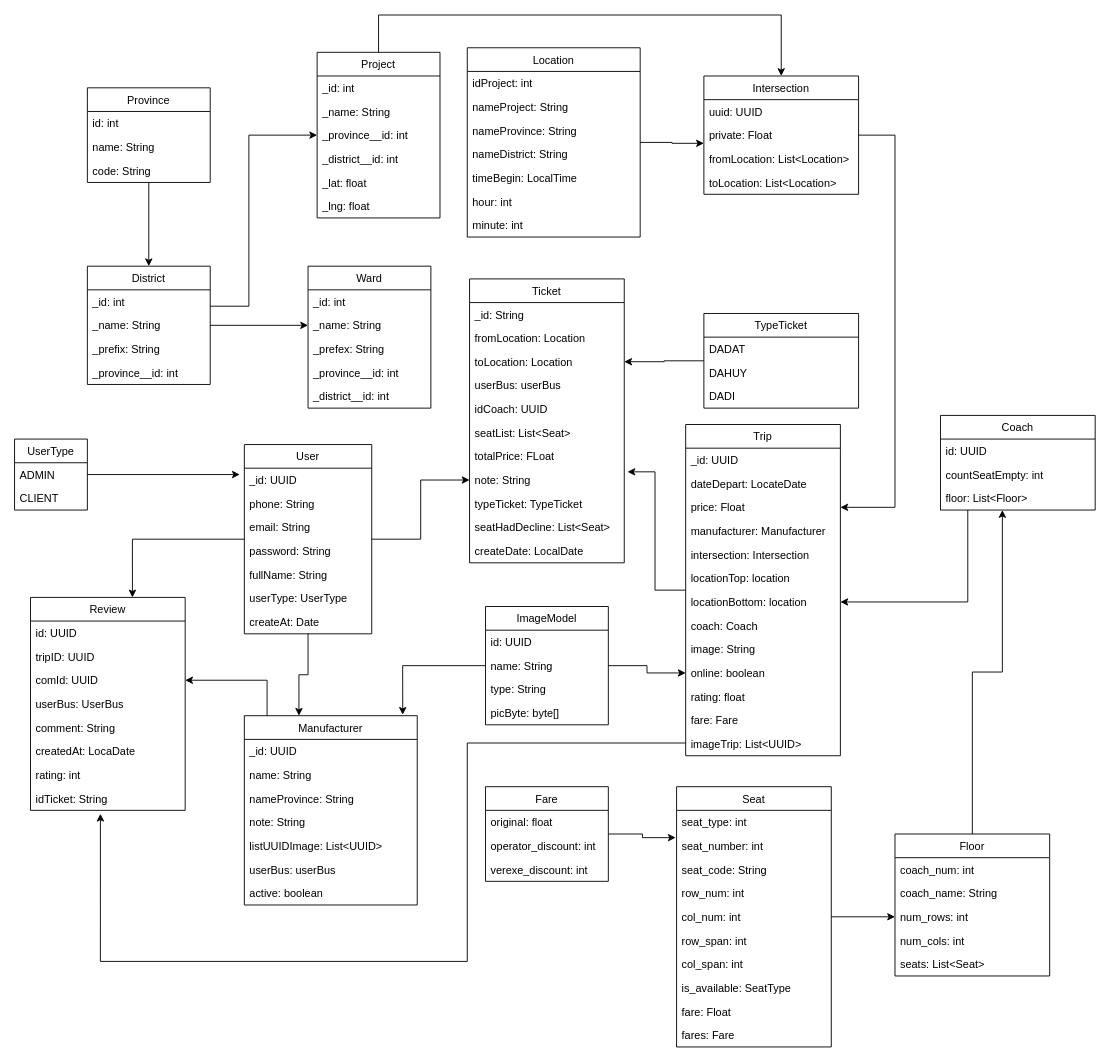
quannguyen1999/manage-disks keeps this draw.io diagram as Untitled Diagram.drawio. Above is the earlier version. Source tidied: cells renumbered, new cells numbered last; positions are measured from the earlier drawing's top-left corner, leaving out a move shared by most shapes. Both pictures are drawn from the tidied source at 91%, with x=0, y=0 at pixel (14, 15).
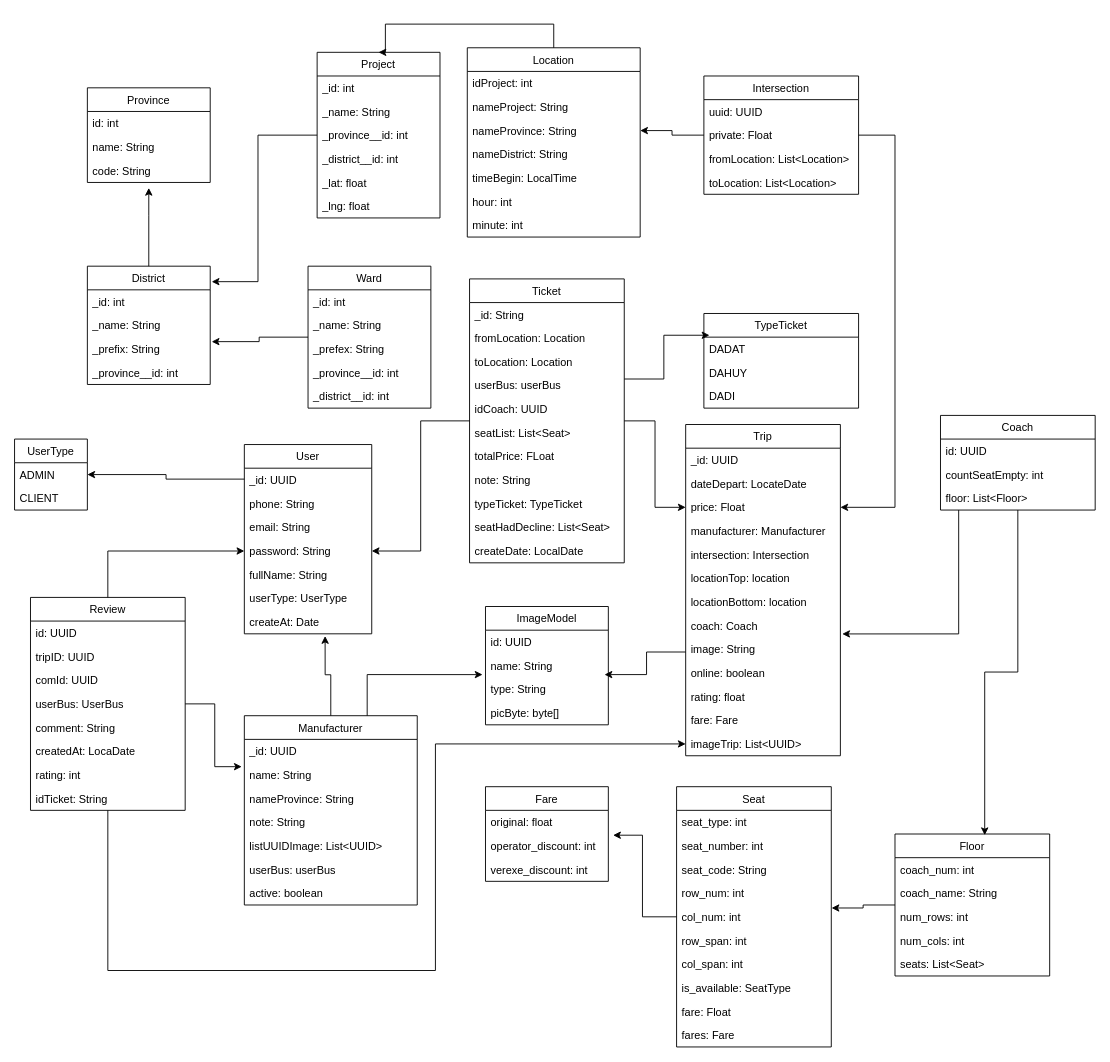
The same diagram, later.

The change refers to these unchanged cells:
```xml
<mxCell id="3" value="UserType" style="swimlane;fontStyle=0;horizontal=1;startSize=26;fillColor=none;" parent="1" vertex="1">
<mxCell id="4" value="ADMIN" style="text;strokeColor=none;fillColor=none;align=left;verticalAlign=top;spacingLeft=4;spacingRight=4;overflow=hidden;points=[[0,0.5],[1,0.5]];portConstraint=eastwest;" parent="3" vertex="1">
<mxCell id="9" value="User" style="swimlane;fontStyle=0;horizontal=1;startSize=26;fillColor=none;" parent="1" vertex="1">
<mxCell id="10" value="_id: UUID" style="text;strokeColor=none;fillColor=none;align=left;verticalAlign=top;spacingLeft=4;spacingRight=4;overflow=hidden;points=[[0,0.5],[1,0.5]];portConstraint=eastwest;" parent="9" vertex="1">
<mxCell id="13" value="password: String" style="text;strokeColor=none;fillColor=none;align=left;verticalAlign=top;spacingLeft=4;spacingRight=4;overflow=hidden;points=[[0,0.5],[1,0.5]];portConstraint=eastwest;" parent="9" vertex="1">
<mxCell id="16" value="createAt: Date" style="text;strokeColor=none;fillColor=none;align=left;verticalAlign=top;spacingLeft=4;spacingRight=4;overflow=hidden;points=[[0,0.5],[1,0.5]];portConstraint=eastwest;" parent="9" vertex="1">
<mxCell id="17" value="Ward" style="swimlane;fontStyle=0;horizontal=1;startSize=26;fillColor=none;" parent="1" vertex="1">
<mxCell id="19" value="_name: String" style="text;strokeColor=none;fillColor=none;align=left;verticalAlign=top;spacingLeft=4;spacingRight=4;overflow=hidden;points=[[0,0.5],[1,0.5]];portConstraint=eastwest;" parent="17" vertex="1">
<mxCell id="25" value="District" style="swimlane;fontStyle=0;horizontal=1;startSize=26;fillColor=none;" parent="1" vertex="1">
<mxCell id="28" value="_prefix: String" style="text;strokeColor=none;fillColor=none;align=left;verticalAlign=top;spacingLeft=4;spacingRight=4;overflow=hidden;points=[[0,0.5],[1,0.5]];portConstraint=eastwest;" parent="25" vertex="1">
<mxCell id="31" value="Province" style="swimlane;fontStyle=0;horizontal=1;startSize=26;fillColor=none;" parent="1" vertex="1">
<mxCell id="34" value="code: String" style="text;strokeColor=none;fillColor=none;align=left;verticalAlign=top;spacingLeft=4;spacingRight=4;overflow=hidden;points=[[0,0.5],[1,0.5]];portConstraint=eastwest;" parent="31" vertex="1">
<mxCell id="36" value="Project" style="swimlane;fontStyle=0;horizontal=1;startSize=26;fillColor=none;" parent="1" vertex="1">
<mxCell id="39" value="_province__id: int" style="text;strokeColor=none;fillColor=none;align=left;verticalAlign=top;spacingLeft=4;spacingRight=4;overflow=hidden;points=[[0,0.5],[1,0.5]];portConstraint=eastwest;" parent="36" vertex="1">
<mxCell id="45" value="ImageModel" style="swimlane;fontStyle=0;horizontal=1;startSize=26;fillColor=none;" parent="1" vertex="1">
<mxCell id="48" value="type: String" style="text;strokeColor=none;fillColor=none;align=left;verticalAlign=top;spacingLeft=4;spacingRight=4;overflow=hidden;points=[[0,0.5],[1,0.5]];portConstraint=eastwest;" parent="45" vertex="1">
<mxCell id="51" value="Manufacturer" style="swimlane;fontStyle=0;horizontal=1;startSize=26;fillColor=none;" parent="1" vertex="1">
<mxCell id="53" value="name: String" style="text;strokeColor=none;fillColor=none;align=left;verticalAlign=top;spacingLeft=4;spacingRight=4;overflow=hidden;points=[[0,0.5],[1,0.5]];portConstraint=eastwest;" parent="51" vertex="1">
<mxCell id="60" value="Location" style="swimlane;fontStyle=0;horizontal=1;startSize=26;fillColor=none;" parent="1" vertex="1">
<mxCell id="63" value="nameProvince: String" style="text;strokeColor=none;fillColor=none;align=left;verticalAlign=top;spacingLeft=4;spacingRight=4;overflow=hidden;points=[[0,0.5],[1,0.5]];portConstraint=eastwest;" parent="60" vertex="1">
<mxCell id="69" value="Intersection" style="swimlane;fontStyle=0;horizontal=1;startSize=26;fillColor=none;" parent="1" vertex="1">
<mxCell id="72" value="fromLocation: List&lt;Location&gt;" style="text;strokeColor=none;fillColor=none;align=left;verticalAlign=top;spacingLeft=4;spacingRight=4;overflow=hidden;points=[[0,0.5],[1,0.5]];portConstraint=eastwest;" parent="69" vertex="1">
<mxCell id="75" value="Seat" style="swimlane;fontStyle=0;horizontal=1;startSize=26;fillColor=none;" parent="1" vertex="1">
<mxCell id="77" value="seat_number: int" style="text;strokeColor=none;fillColor=none;align=left;verticalAlign=top;spacingLeft=4;spacingRight=4;overflow=hidden;points=[[0,0.5],[1,0.5]];portConstraint=eastwest;" parent="75" vertex="1">
<mxCell id="80" value="col_num: int" style="text;strokeColor=none;fillColor=none;align=left;verticalAlign=top;spacingLeft=4;spacingRight=4;overflow=hidden;points=[[0,0.5],[1,0.5]];portConstraint=eastwest;" parent="75" vertex="1">
<mxCell id="87" value="Floor" style="swimlane;fontStyle=0;horizontal=1;startSize=26;fillColor=none;" parent="1" vertex="1">
<mxCell id="90" value="num_rows: int" style="text;strokeColor=none;fillColor=none;align=left;verticalAlign=top;spacingLeft=4;spacingRight=4;overflow=hidden;points=[[0,0.5],[1,0.5]];portConstraint=eastwest;" parent="87" vertex="1">
<mxCell id="95" value="Trip" style="swimlane;fontStyle=0;horizontal=1;startSize=26;fillColor=none;" parent="1" vertex="1">
<mxCell id="98" value="price: Float" style="text;strokeColor=none;fillColor=none;align=left;verticalAlign=top;spacingLeft=4;spacingRight=4;overflow=hidden;points=[[0,0.5],[1,0.5]];portConstraint=eastwest;" parent="95" vertex="1">
<mxCell id="102" value="locationBottom: location" style="text;strokeColor=none;fillColor=none;align=left;verticalAlign=top;spacingLeft=4;spacingRight=4;overflow=hidden;points=[[0,0.5],[1,0.5]];portConstraint=eastwest;" parent="95" vertex="1">
<mxCell id="104" value="image: String" style="text;strokeColor=none;fillColor=none;align=left;verticalAlign=top;spacingLeft=4;spacingRight=4;overflow=hidden;points=[[0,0.5],[1,0.5]];portConstraint=eastwest;" parent="95" vertex="1">
<mxCell id="105" value="online: boolean" style="text;strokeColor=none;fillColor=none;align=left;verticalAlign=top;spacingLeft=4;spacingRight=4;overflow=hidden;points=[[0,0.5],[1,0.5]];portConstraint=eastwest;" parent="95" vertex="1">
<mxCell id="108" value="imageTrip: List&lt;UUID&gt;" style="text;strokeColor=none;fillColor=none;align=left;verticalAlign=top;spacingLeft=4;spacingRight=4;overflow=hidden;points=[[0,0.5],[1,0.5]];portConstraint=eastwest;" parent="95" vertex="1">
<mxCell id="110" value="Coach" style="swimlane;fontStyle=0;horizontal=1;startSize=26;fillColor=none;" parent="1" vertex="1">
<mxCell id="113" value="floor: List&lt;Floor&gt;" style="text;strokeColor=none;fillColor=none;align=left;verticalAlign=top;spacingLeft=4;spacingRight=4;overflow=hidden;points=[[0,0.5],[1,0.5]];portConstraint=eastwest;" parent="110" vertex="1">
<mxCell id="115" value="TypeTicket" style="swimlane;fontStyle=0;horizontal=1;startSize=26;fillColor=none;" parent="1" vertex="1">
<mxCell id="116" value="DADAT" style="text;strokeColor=none;fillColor=none;align=left;verticalAlign=top;spacingLeft=4;spacingRight=4;overflow=hidden;points=[[0,0.5],[1,0.5]];portConstraint=eastwest;" parent="115" vertex="1">
<mxCell id="119" value="Ticket" style="swimlane;fontStyle=0;horizontal=1;startSize=26;fillColor=none;" parent="1" vertex="1">
<mxCell id="122" value="toLocation: Location" style="text;strokeColor=none;fillColor=none;align=left;verticalAlign=top;spacingLeft=4;spacingRight=4;overflow=hidden;points=[[0,0.5],[1,0.5]];portConstraint=eastwest;" parent="119" vertex="1">
<mxCell id="127" value="note: String" style="text;strokeColor=none;fillColor=none;align=left;verticalAlign=top;spacingLeft=4;spacingRight=4;overflow=hidden;points=[[0,0.5],[1,0.5]];portConstraint=eastwest;" parent="119" vertex="1">
<mxCell id="131" value="Review" style="swimlane;fontStyle=0;horizontal=1;startSize=26;fillColor=none;" parent="1" vertex="1">
<mxCell id="134" value="comId: UUID" style="text;strokeColor=none;fillColor=none;align=left;verticalAlign=top;spacingLeft=4;spacingRight=4;overflow=hidden;points=[[0,0.5],[1,0.5]];portConstraint=eastwest;" parent="131" vertex="1">
<mxCell id="139" value="idTicket: String" style="text;strokeColor=none;fillColor=none;align=left;verticalAlign=top;spacingLeft=4;spacingRight=4;overflow=hidden;points=[[0,0.5],[1,0.5]];portConstraint=eastwest;" parent="131" vertex="1">
<mxCell id="141" value="Fare" style="swimlane;fontStyle=0;horizontal=1;startSize=26;fillColor=none;" parent="1" vertex="1">
<mxCell id="143" value="operator_discount: int" style="text;strokeColor=none;fillColor=none;align=left;verticalAlign=top;spacingLeft=4;spacingRight=4;overflow=hidden;points=[[0,0.5],[1,0.5]];portConstraint=eastwest;" parent="141" vertex="1">
```

The edit, as a diff of the source:
```diff
@@
-    <mxCell id="2" style="edgeStyle=orthogonalEdgeStyle;rounded=0;jettySize=auto;html=1;entryX=-0.036;entryY=0.269;entryDx=0;entryDy=0;entryPerimeter=0;" parent="1" edge="1" source="3" target="10">
-      <mxGeometry relative="1" as="geometry" />
-    </mxCell>
@@
-    <mxCell id="6" style="edgeStyle=orthogonalEdgeStyle;rounded=0;jettySize=auto;html=1;entryX=0.316;entryY=0;entryDx=0;entryDy=0;entryPerimeter=0;" parent="1" edge="1" source="9" target="51">
-      <mxGeometry relative="1" as="geometry" />
-    </mxCell>
-    <mxCell id="7" style="edgeStyle=orthogonalEdgeStyle;rounded=0;jettySize=auto;html=1;entryX=0;entryY=0.5;entryDx=0;entryDy=0;" parent="1" edge="1" source="9" target="127">
-      <mxGeometry relative="1" as="geometry" />
-    </mxCell>
-    <mxCell id="8" style="edgeStyle=orthogonalEdgeStyle;rounded=0;jettySize=auto;html=1;entryX=0.659;entryY=0;entryDx=0;entryDy=0;entryPerimeter=0;" parent="1" edge="1" source="9" target="131">
-      <mxGeometry relative="1" as="geometry" />
-    </mxCell>
+    <mxCell id="145" style="edgeStyle=orthogonalEdgeStyle;rounded=0;jettySize=auto;html=1;entryX=1;entryY=0.5;entryDx=0;entryDy=0;" parent="1" edge="1" source="9" target="4">
+      <mxGeometry relative="1" as="geometry">
+        <Array as="points">
+          <mxPoint x="167" y="510" />
+          <mxPoint x="167" y="505" />
+        </Array>
+      </mxGeometry>
+    </mxCell>
@@
+    <mxCell id="146" style="edgeStyle=orthogonalEdgeStyle;rounded=0;jettySize=auto;html=1;entryX=1.012;entryY=0.19;entryDx=0;entryDy=0;entryPerimeter=0;" parent="1" edge="1" source="17" target="28">
+      <mxGeometry relative="1" as="geometry" />
+    </mxCell>
@@
-    <mxCell id="23" style="edgeStyle=orthogonalEdgeStyle;rounded=0;jettySize=auto;html=1;entryX=0;entryY=0.5;entryDx=0;entryDy=0;" parent="1" edge="1" source="25" target="19">
-      <mxGeometry relative="1" as="geometry" />
-    </mxCell>
-    <mxCell id="24" style="edgeStyle=orthogonalEdgeStyle;rounded=0;jettySize=auto;html=1;entryX=0;entryY=0.5;entryDx=0;entryDy=0;" parent="1" edge="1" source="25" target="39">
-      <mxGeometry relative="1" as="geometry">
-        <Array as="points">
-          <mxPoint x="258" y="320" />
-          <mxPoint x="258" y="132" />
-        </Array>
-      </mxGeometry>
-    </mxCell>
+    <mxCell id="147" style="edgeStyle=orthogonalEdgeStyle;rounded=0;jettySize=auto;html=1;entryX=0.5;entryY=1.231;entryDx=0;entryDy=0;entryPerimeter=0;" parent="1" edge="1" source="25" target="34">
+      <mxGeometry relative="1" as="geometry">
+        <Array as="points">
+          <mxPoint x="148" y="220" />
+          <mxPoint x="148" y="220" />
+        </Array>
+      </mxGeometry>
+    </mxCell>
@@
-    <mxCell id="30" style="edgeStyle=orthogonalEdgeStyle;rounded=0;jettySize=auto;html=1;entryX=0.5;entryY=0;entryDx=0;entryDy=0;" parent="1" edge="1" source="31" target="25">
-      <mxGeometry relative="1" as="geometry" />
-    </mxCell>
@@
-    <mxCell id="35" style="edgeStyle=orthogonalEdgeStyle;rounded=0;jettySize=auto;html=1;entryX=0.5;entryY=0;entryDx=0;entryDy=0;" parent="1" edge="1" source="36" target="69">
-      <mxGeometry relative="1" as="geometry">
-        <Array as="points">
-          <mxPoint x="401" />
-          <mxPoint x="843" />
-        </Array>
-      </mxGeometry>
-    </mxCell>
+    <mxCell id="148" style="edgeStyle=orthogonalEdgeStyle;rounded=0;jettySize=auto;html=1;entryX=1.012;entryY=0.131;entryDx=0;entryDy=0;entryPerimeter=0;" parent="1" edge="1" source="36" target="25">
+      <mxGeometry relative="1" as="geometry">
+        <Array as="points">
+          <mxPoint x="268" y="132" />
+          <mxPoint x="268" y="293" />
+        </Array>
+      </mxGeometry>
+    </mxCell>
@@
-    <mxCell id="43" style="edgeStyle=orthogonalEdgeStyle;rounded=0;jettySize=auto;html=1;entryX=0.916;entryY=-0.005;entryDx=0;entryDy=0;entryPerimeter=0;" parent="1" edge="1" source="45" target="51">
-      <mxGeometry relative="1" as="geometry" />
-    </mxCell>
-    <mxCell id="44" style="edgeStyle=orthogonalEdgeStyle;rounded=0;jettySize=auto;html=1;entryX=0;entryY=0.5;entryDx=0;entryDy=0;" parent="1" edge="1" source="45" target="105">
-      <mxGeometry relative="1" as="geometry" />
-    </mxCell>
@@
-    <mxCell id="50" style="edgeStyle=orthogonalEdgeStyle;rounded=0;jettySize=auto;html=1;entryX=1;entryY=0.5;entryDx=0;entryDy=0;" parent="1" edge="1" source="51" target="134">
-      <mxGeometry relative="1" as="geometry">
-        <Array as="points">
-          <mxPoint x="278" y="731" />
-        </Array>
-      </mxGeometry>
-    </mxCell>
+    <mxCell id="149" style="edgeStyle=orthogonalEdgeStyle;rounded=0;jettySize=auto;html=1;entryX=0.634;entryY=1.095;entryDx=0;entryDy=0;entryPerimeter=0;" parent="1" edge="1" source="51" target="16">
+      <mxGeometry relative="1" as="geometry">
+        <Array as="points">
+          <mxPoint x="348" y="725" />
+          <mxPoint x="342" y="725" />
+        </Array>
+      </mxGeometry>
+    </mxCell>
+    <mxCell id="150" style="edgeStyle=orthogonalEdgeStyle;rounded=0;jettySize=auto;html=1;entryX=-0.024;entryY=-0.122;entryDx=0;entryDy=0;entryPerimeter=0;" parent="1" edge="1" source="51" target="48">
+      <mxGeometry relative="1" as="geometry">
+        <Array as="points">
+          <mxPoint x="388" y="725" />
+        </Array>
+      </mxGeometry>
+    </mxCell>
@@
-    <mxCell id="59" style="edgeStyle=orthogonalEdgeStyle;rounded=0;jettySize=auto;html=1;entryX=0;entryY=-0.154;entryDx=0;entryDy=0;entryPerimeter=0;" parent="1" edge="1" source="60" target="72">
-      <mxGeometry relative="1" as="geometry" />
-    </mxCell>
+    <mxCell id="151" style="edgeStyle=orthogonalEdgeStyle;rounded=0;jettySize=auto;html=1;entryX=0.5;entryY=0;entryDx=0;entryDy=0;" parent="1" edge="1" source="60" target="36">
+      <mxGeometry relative="1" as="geometry">
+        <Array as="points">
+          <mxPoint x="593" y="10" />
+          <mxPoint x="408" y="10" />
+          <mxPoint x="408" y="41" />
+        </Array>
+      </mxGeometry>
+    </mxCell>
@@
+    <mxCell id="152" style="edgeStyle=orthogonalEdgeStyle;rounded=0;jettySize=auto;html=1;entryX=1;entryY=0.5;entryDx=0;entryDy=0;" parent="1" edge="1" source="69" target="63">
+      <mxGeometry relative="1" as="geometry" />
+    </mxCell>
@@
-    <mxCell id="74" style="edgeStyle=orthogonalEdgeStyle;rounded=0;jettySize=auto;html=1;entryX=0;entryY=0.5;entryDx=0;entryDy=0;" parent="1" edge="1" source="75" target="90">
-      <mxGeometry relative="1" as="geometry" />
-    </mxCell>
+    <mxCell id="153" style="edgeStyle=orthogonalEdgeStyle;rounded=0;jettySize=auto;html=1;entryX=1.039;entryY=0.05;entryDx=0;entryDy=0;entryPerimeter=0;" parent="1" edge="1" source="75" target="143">
+      <mxGeometry relative="1" as="geometry" />
+    </mxCell>
@@
-    <mxCell id="86" style="edgeStyle=orthogonalEdgeStyle;rounded=0;jettySize=auto;html=1;entryX=0.4;entryY=1;entryDx=0;entryDy=0;entryPerimeter=0;" parent="1" edge="1" source="87" target="113">
-      <mxGeometry relative="1" as="geometry" />
-    </mxCell>
+    <mxCell id="154" style="edgeStyle=orthogonalEdgeStyle;rounded=0;jettySize=auto;html=1;entryX=1.002;entryY=0.127;entryDx=0;entryDy=0;entryPerimeter=0;" parent="1" edge="1" source="87" target="80">
+      <mxGeometry relative="1" as="geometry" />
+    </mxCell>
@@
-    <mxCell id="93" style="edgeStyle=orthogonalEdgeStyle;rounded=0;jettySize=auto;html=1;entryX=1.021;entryY=0.154;entryDx=0;entryDy=0;entryPerimeter=0;" parent="1" edge="1" source="95" target="127">
-      <mxGeometry relative="1" as="geometry" />
-    </mxCell>
-    <mxCell id="94" style="edgeStyle=orthogonalEdgeStyle;rounded=0;jettySize=auto;html=1;entryX=0.452;entryY=1.145;entryDx=0;entryDy=0;entryPerimeter=0;" parent="1" edge="1" source="95" target="139">
-      <mxGeometry relative="1" as="geometry">
-        <Array as="points">
-          <mxPoint x="498" y="800" />
-          <mxPoint x="498" y="1040" />
-          <mxPoint x="95" y="1040" />
-        </Array>
-      </mxGeometry>
-    </mxCell>
+    <mxCell id="155" style="edgeStyle=orthogonalEdgeStyle;rounded=0;jettySize=auto;html=1;entryX=0.969;entryY=-0.122;entryDx=0;entryDy=0;entryPerimeter=0;" parent="1" edge="1" source="95" target="48">
+      <mxGeometry relative="1" as="geometry">
+        <Array as="points">
+          <mxPoint x="695" y="700" />
+          <mxPoint x="695" y="725" />
+        </Array>
+      </mxGeometry>
+    </mxCell>
@@
-    <mxCell id="109" style="edgeStyle=orthogonalEdgeStyle;rounded=0;jettySize=auto;html=1;entryX=1;entryY=0.5;entryDx=0;entryDy=0;" parent="1" edge="1" source="110" target="102">
-      <mxGeometry relative="1" as="geometry">
-        <Array as="points">
-          <mxPoint x="1048" y="645" />
-        </Array>
-      </mxGeometry>
-    </mxCell>
+    <mxCell id="156" style="edgeStyle=orthogonalEdgeStyle;rounded=0;jettySize=auto;html=1;entryX=0.58;entryY=0.008;entryDx=0;entryDy=0;entryPerimeter=0;" parent="1" edge="1" source="110" target="87">
+      <mxGeometry relative="1" as="geometry" />
+    </mxCell>
+    <mxCell id="157" style="edgeStyle=orthogonalEdgeStyle;rounded=0;jettySize=auto;html=1;entryX=1.012;entryY=-0.149;entryDx=0;entryDy=0;entryPerimeter=0;" parent="1" edge="1" source="110" target="104">
+      <mxGeometry relative="1" as="geometry">
+        <Array as="points">
+          <mxPoint x="1038" y="680" />
+        </Array>
+      </mxGeometry>
+    </mxCell>
@@
-    <mxCell id="114" style="edgeStyle=orthogonalEdgeStyle;rounded=0;jettySize=auto;html=1;entryX=1;entryY=0.5;entryDx=0;entryDy=0;" parent="1" edge="1" source="115" target="122">
-      <mxGeometry relative="1" as="geometry" />
-    </mxCell>
@@
+    <mxCell id="158" style="edgeStyle=orthogonalEdgeStyle;rounded=0;jettySize=auto;html=1;entryX=1;entryY=0.5;entryDx=0;entryDy=0;" parent="1" edge="1" source="119" target="13">
+      <mxGeometry relative="1" as="geometry" />
+    </mxCell>
+    <mxCell id="159" style="edgeStyle=orthogonalEdgeStyle;rounded=0;jettySize=auto;html=1;entryX=0;entryY=0.5;entryDx=0;entryDy=0;" parent="1" edge="1" source="119" target="98">
+      <mxGeometry relative="1" as="geometry" />
+    </mxCell>
+    <mxCell id="160" style="edgeStyle=orthogonalEdgeStyle;rounded=0;jettySize=auto;html=1;entryX=0.036;entryY=-0.081;entryDx=0;entryDy=0;entryPerimeter=0;" parent="1" edge="1" source="119" target="116">
+      <mxGeometry relative="1" as="geometry">
+        <Array as="points">
+          <mxPoint x="714" y="400" />
+          <mxPoint x="714" y="352" />
+        </Array>
+      </mxGeometry>
+    </mxCell>
@@
+    <mxCell id="161" style="edgeStyle=orthogonalEdgeStyle;rounded=0;jettySize=auto;html=1;entryX=0;entryY=0.5;entryDx=0;entryDy=0;" parent="1" edge="1" source="131" target="13">
+      <mxGeometry relative="1" as="geometry" />
+    </mxCell>
+    <mxCell id="162" style="edgeStyle=orthogonalEdgeStyle;rounded=0;jettySize=auto;html=1;entryX=-0.015;entryY=0.154;entryDx=0;entryDy=0;entryPerimeter=0;" parent="1" edge="1" source="131" target="53">
+      <mxGeometry relative="1" as="geometry" />
+    </mxCell>
+    <mxCell id="163" style="edgeStyle=orthogonalEdgeStyle;rounded=0;jettySize=auto;html=1;entryX=0;entryY=0.5;entryDx=0;entryDy=0;" parent="1" edge="1" source="131" target="108">
+      <mxGeometry relative="1" as="geometry">
+        <Array as="points">
+          <mxPoint x="103" y="1050" />
+          <mxPoint x="463" y="1050" />
+          <mxPoint x="463" y="801" />
+        </Array>
+      </mxGeometry>
+    </mxCell>
@@
-    <mxCell id="140" style="edgeStyle=orthogonalEdgeStyle;rounded=0;jettySize=auto;html=1;entryX=-0.006;entryY=0.154;entryDx=0;entryDy=0;entryPerimeter=0;" parent="1" edge="1" source="141" target="77">
-      <mxGeometry relative="1" as="geometry" />
-    </mxCell>
```
